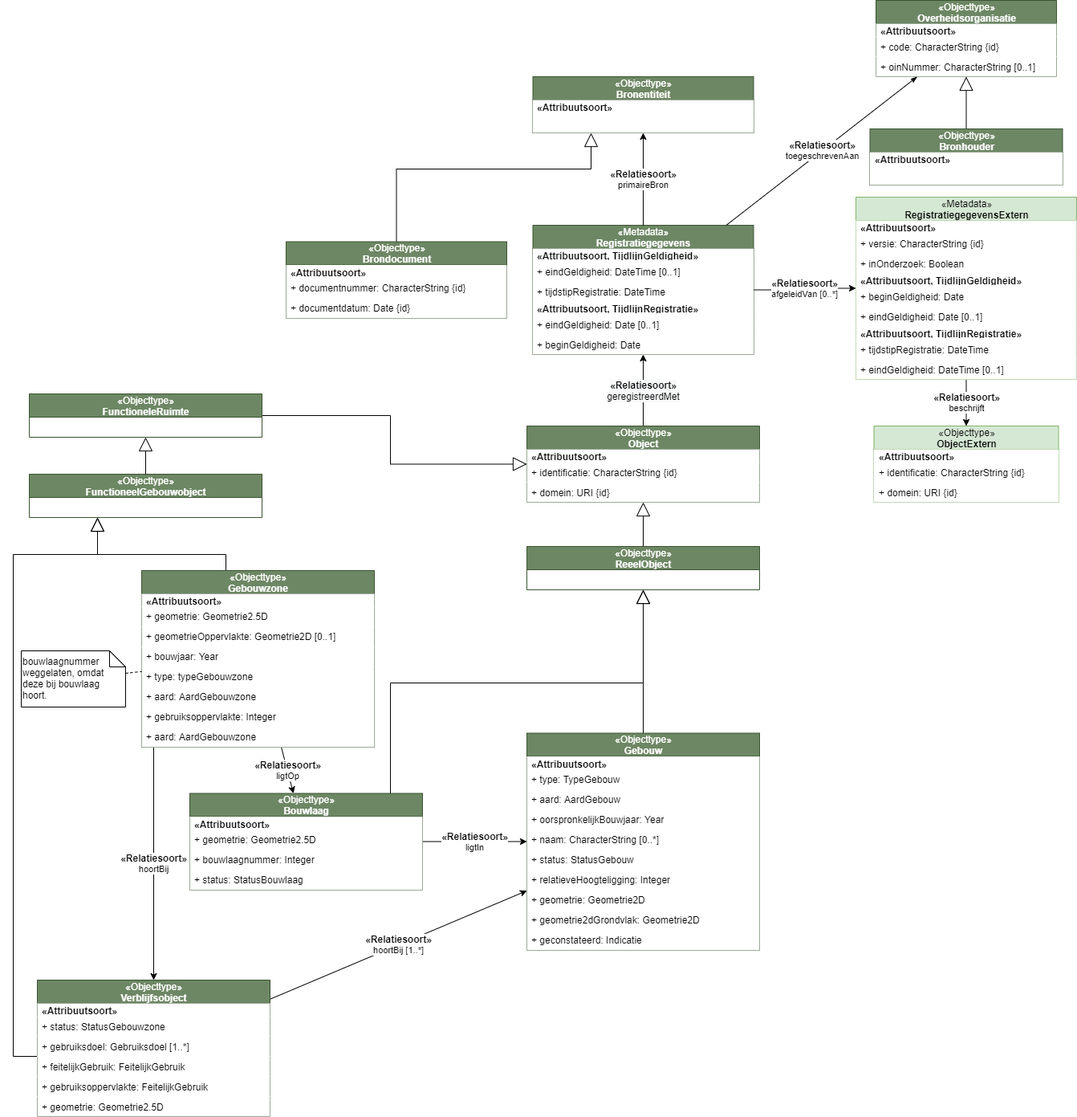
Earlier version of the draw.io export media/imsor-gebouw.drawio.png (Geonovum/disgeo-demo-3a). Source tidied: cells renumbered, new cells last; positions are measured from the earlier drawing's top-left corner, leaving out a move shared by most shapes.
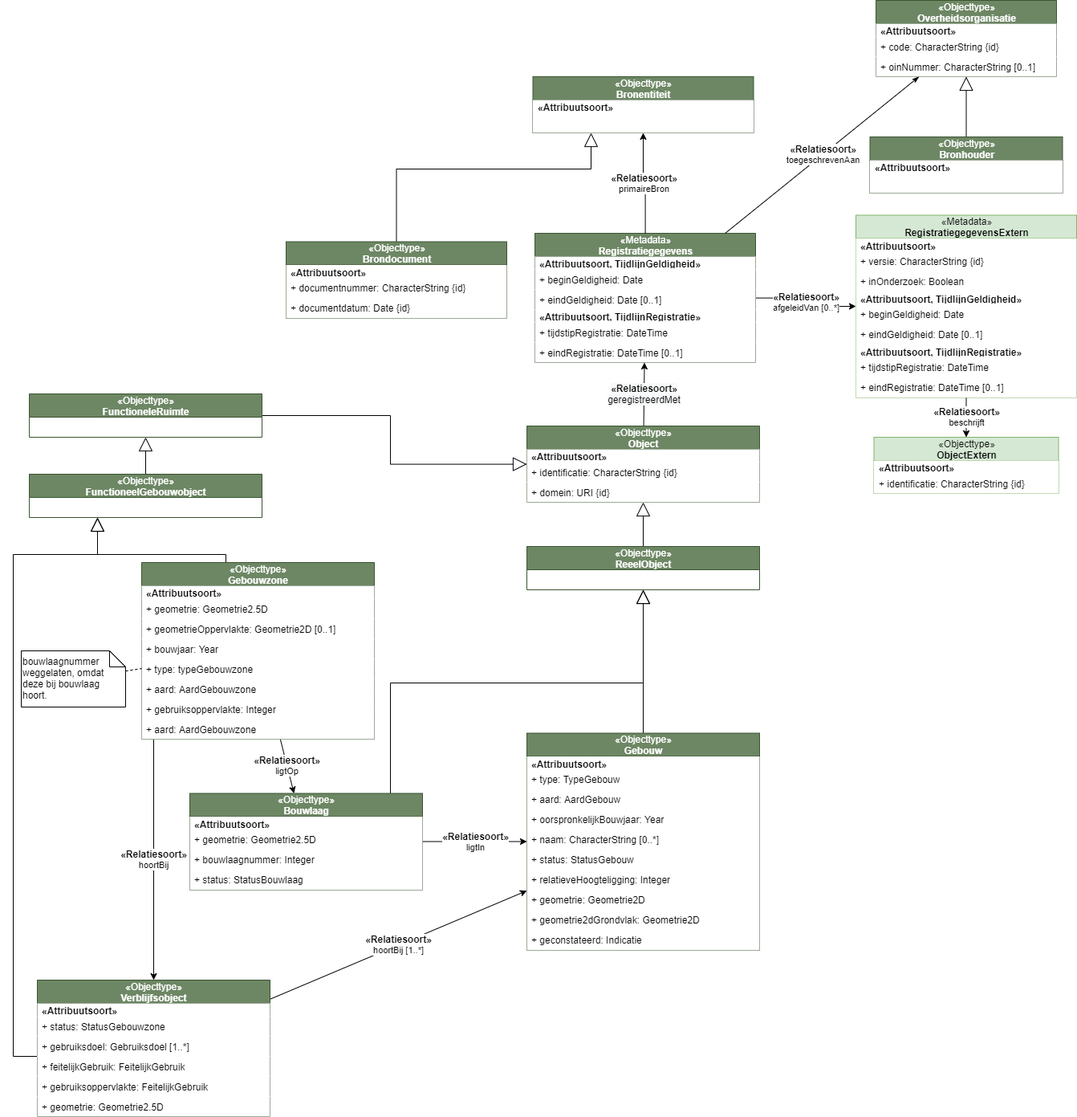
The same diagram one commit later.

Diff of the diagram source:
```diff
@@ -8,9 +8,9 @@
     <mxCell id="3" value="&lt;span style=&quot;font-weight: 400&quot;&gt;«Objecttype»&lt;/span&gt;&lt;br style=&quot;font-weight: 400&quot;&gt;Object" style="swimlane;fontStyle=1;align=center;verticalAlign=middle;horizontal=1;startSize=29;html=1;fillColor=#6d8764;strokeColor=#3A5431;fontColor=#ffffff;" parent="1" vertex="1">
       <mxGeometry x="640" y="703" width="290" height="95" as="geometry" />
     </mxCell>
-    <mxCell id="4" value="&lt;span style=&quot;text-align: center&quot;&gt;&lt;b&gt;«Attribuutsoort»&lt;/b&gt;&lt;/span&gt;" style="text;html=1;align=left;verticalAlign=middle;spacingLeft=4;spacingRight=4;overflow=hidden;fillColor=#ffffff;" parent="3" vertex="1">
-      <mxGeometry y="29" width="290" height="16" as="geometry" />
-    </mxCell>
+    <mxCell id="96" value="&lt;span style=&quot;text-align: center&quot;&gt;&lt;b&gt;«Attribuutsoort»&lt;/b&gt;&lt;/span&gt;" style="text;html=1;align=left;verticalAlign=middle;spacingLeft=4;spacingRight=4;overflow=hidden;fillColor=#ffffff;" parent="3" vertex="1">
+      <mxGeometry y="29" width="290" height="16" as="geometry" />
+    </mxCell>
     <mxCell id="5" value="+ identificatie: CharacterString {id}" style="text;html=1;align=left;verticalAlign=middle;spacingLeft=4;spacingRight=4;overflow=hidden;fillColor=#ffffff;" parent="3" vertex="1">
       <mxGeometry y="45" width="290" height="25" as="geometry" />
     </mxCell>
@@ -21,35 +21,35 @@
       <mxGeometry relative="1" as="geometry" />
     </mxCell>
     <mxCell id="8" value="&lt;span style=&quot;font-weight: 400&quot;&gt;«Metadata»&lt;/span&gt;&lt;br style=&quot;font-weight: 400&quot;&gt;Registratiegegevens" style="swimlane;fontStyle=1;align=center;verticalAlign=middle;horizontal=1;startSize=29;html=1;fillColor=#6d8764;strokeColor=#3A5431;fontColor=#ffffff;" parent="1" vertex="1">
-      <mxGeometry x="647.5" y="453" width="275" height="161" as="geometry" />
+      <mxGeometry x="650" y="463" width="275" height="161" as="geometry" />
     </mxCell>
     <mxCell id="9" value="&lt;span style=&quot;text-align: center&quot;&gt;&lt;b&gt;«Attribuutsoort, TijdlijnGeldigheid»&lt;/b&gt;&lt;/span&gt;" style="text;html=1;align=left;verticalAlign=middle;spacingLeft=4;spacingRight=4;overflow=hidden;fillColor=#ffffff;" parent="8" vertex="1">
       <mxGeometry y="29" width="275" height="16" as="geometry" />
     </mxCell>
-    <mxCell id="10" value="+ eindGeldigheid: DateTime [0..1]" style="text;html=1;align=left;verticalAlign=middle;spacingLeft=4;spacingRight=4;overflow=hidden;fillColor=#ffffff;" parent="8" vertex="1">
-      <mxGeometry y="45" width="275" height="25" as="geometry" />
-    </mxCell>
+    <mxCell id="14" value="+ beginGeldigheid: Date" style="text;html=1;align=left;verticalAlign=middle;spacingLeft=4;spacingRight=4;overflow=hidden;fillColor=#ffffff;" parent="8" vertex="1">
+      <mxGeometry y="45" width="275" height="25" as="geometry" />
+    </mxCell>
+    <mxCell id="13" value="+ eindGeldigheid: Date [0..1]" style="text;html=1;align=left;verticalAlign=middle;spacingLeft=4;spacingRight=4;overflow=hidden;fillColor=#ffffff;" parent="8" vertex="1">
+      <mxGeometry y="70" width="275" height="25" as="geometry" />
+    </mxCell>
+    <mxCell id="12" value="&lt;span style=&quot;text-align: center&quot;&gt;&lt;b&gt;«Attribuutsoort, TijdlijnRegistratie»&lt;/b&gt;&lt;/span&gt;" style="text;html=1;align=left;verticalAlign=middle;spacingLeft=4;spacingRight=4;overflow=hidden;fillColor=#ffffff;" parent="8" vertex="1">
+      <mxGeometry y="95" width="275" height="16" as="geometry" />
+    </mxCell>
     <mxCell id="11" value="+ tijdstipRegistratie: DateTime" style="text;html=1;align=left;verticalAlign=middle;spacingLeft=4;spacingRight=4;overflow=hidden;fillColor=#ffffff;" parent="8" vertex="1">
-      <mxGeometry y="70" width="275" height="25" as="geometry" />
+      <mxGeometry y="111" width="275" height="25" as="geometry" />
     </mxCell>
-    <mxCell id="12" value="&lt;span style=&quot;text-align: center&quot;&gt;&lt;b&gt;«Attribuutsoort, TijdlijnRegistratie»&lt;/b&gt;&lt;/span&gt;" style="text;html=1;align=left;verticalAlign=middle;spacingLeft=4;spacingRight=4;overflow=hidden;fillColor=#ffffff;" parent="8" vertex="1">
-      <mxGeometry y="95" width="275" height="16" as="geometry" />
-    </mxCell>
-    <mxCell id="13" value="+ eindGeldigheid: Date [0..1]" style="text;html=1;align=left;verticalAlign=middle;spacingLeft=4;spacingRight=4;overflow=hidden;fillColor=#ffffff;" parent="8" vertex="1">
-      <mxGeometry y="111" width="275" height="25" as="geometry" />
-    </mxCell>
-    <mxCell id="14" value="+ beginGeldigheid: Date" style="text;html=1;align=left;verticalAlign=middle;spacingLeft=4;spacingRight=4;overflow=hidden;fillColor=#ffffff;" parent="8" vertex="1">
-      <mxGeometry y="136" width="275" height="25" as="geometry" />
-    </mxCell>
+    <mxCell id="97" value="+ eindRegistratie: DateTime [0..1]" style="text;html=1;align=left;verticalAlign=middle;spacingLeft=4;spacingRight=4;overflow=hidden;fillColor=#ffffff;" parent="8" vertex="1">
+      <mxGeometry y="136" width="275" height="25" as="geometry" />
+    </mxCell>
     <mxCell id="15" value="&lt;b style=&quot;font-size: 12px&quot;&gt;«Relatiesoort»&lt;br&gt;&lt;/b&gt;beschrijft" style="edgeStyle=orthogonalEdgeStyle;rounded=0;jettySize=auto;html=1;" parent="1" edge="1" source="16" target="26">
       <mxGeometry relative="1" as="geometry" />
     </mxCell>
     <mxCell id="16" value="&lt;span style=&quot;font-weight: 400&quot;&gt;«Metadata»&lt;/span&gt;&lt;br style=&quot;font-weight: 400&quot;&gt;RegistratiegegevensExtern" style="swimlane;fontStyle=1;align=center;verticalAlign=middle;horizontal=1;startSize=29;html=1;fillColor=#d5e8d4;strokeColor=#82b366;" parent="1" vertex="1">
-      <mxGeometry x="1050" y="418" width="275" height="227" as="geometry" />
+      <mxGeometry x="1050" y="440.5" width="275" height="227" as="geometry" />
     </mxCell>
-    <mxCell id="17" value="&lt;span style=&quot;text-align: center&quot;&gt;&lt;b&gt;«Attribuutsoort»&lt;/b&gt;&lt;/span&gt;" style="text;html=1;align=left;verticalAlign=middle;spacingLeft=4;spacingRight=4;overflow=hidden;fillColor=#ffffff;" parent="16" vertex="1">
-      <mxGeometry y="29" width="275" height="16" as="geometry" />
-    </mxCell>
+    <mxCell id="98" value="&lt;span style=&quot;text-align: center&quot;&gt;&lt;b&gt;«Attribuutsoort»&lt;/b&gt;&lt;/span&gt;" style="text;html=1;align=left;verticalAlign=middle;spacingLeft=4;spacingRight=4;overflow=hidden;fillColor=#ffffff;" parent="16" vertex="1">
+      <mxGeometry y="29" width="275" height="16" as="geometry" />
+    </mxCell>
     <mxCell id="18" value="+ versie: CharacterString {id}" style="text;html=1;align=left;verticalAlign=middle;spacingLeft=4;spacingRight=4;overflow=hidden;fillColor=#ffffff;" parent="16" vertex="1">
       <mxGeometry y="45" width="275" height="25" as="geometry" />
     </mxCell>
@@ -71,11 +71,11 @@
     <mxCell id="24" value="+ tijdstipRegistratie: DateTime" style="text;html=1;align=left;verticalAlign=middle;spacingLeft=4;spacingRight=4;overflow=hidden;fillColor=#ffffff;" parent="16" vertex="1">
       <mxGeometry y="177" width="275" height="25" as="geometry" />
     </mxCell>
-    <mxCell id="25" value="+ eindGeldigheid: DateTime [0..1]" style="text;html=1;align=left;verticalAlign=middle;spacingLeft=4;spacingRight=4;overflow=hidden;fillColor=#ffffff;" parent="16" vertex="1">
-      <mxGeometry y="202" width="275" height="25" as="geometry" />
-    </mxCell>
+    <mxCell id="99" value="+ eindRegistratie: DateTime [0..1]" style="text;html=1;align=left;verticalAlign=middle;spacingLeft=4;spacingRight=4;overflow=hidden;fillColor=#ffffff;" parent="16" vertex="1">
+      <mxGeometry y="202" width="275" height="25" as="geometry" />
+    </mxCell>
     <mxCell id="26" value="&lt;span style=&quot;font-weight: 400&quot;&gt;«Objecttype»&lt;/span&gt;&lt;br style=&quot;font-weight: 400&quot;&gt;ObjectExtern" style="swimlane;fontStyle=1;align=center;verticalAlign=middle;horizontal=1;startSize=29;html=1;fillColor=#d5e8d4;strokeColor=#82b366;" parent="1" vertex="1">
-      <mxGeometry x="1072.5" y="703" width="230" height="95" as="geometry" />
+      <mxGeometry x="1072.5" y="717" width="230" height="70" as="geometry" />
     </mxCell>
     <mxCell id="27" value="&lt;span style=&quot;text-align: center&quot;&gt;&lt;b&gt;«Attribuutsoort»&lt;/b&gt;&lt;/span&gt;" style="text;html=1;align=left;verticalAlign=middle;spacingLeft=4;spacingRight=4;overflow=hidden;fillColor=#ffffff;" parent="26" vertex="1">
       <mxGeometry y="29" width="230" height="16" as="geometry" />
@@ -83,18 +83,15 @@
     <mxCell id="28" value="+ identificatie: CharacterString {id}" style="text;html=1;align=left;verticalAlign=middle;spacingLeft=4;spacingRight=4;overflow=hidden;fillColor=#ffffff;" parent="26" vertex="1">
       <mxGeometry y="45" width="230" height="25" as="geometry" />
     </mxCell>
-    <mxCell id="29" value="+ domein: URI {id}" style="text;html=1;align=left;verticalAlign=middle;spacingLeft=4;spacingRight=4;overflow=hidden;fillColor=#ffffff;" parent="26" vertex="1">
-      <mxGeometry y="70" width="230" height="25" as="geometry" />
-    </mxCell>
     <mxCell id="30" style="rounded=0;jettySize=auto;html=1;endArrow=block;endFill=0;endSize=15;" parent="1" edge="1" source="31" target="92">
       <mxGeometry relative="1" as="geometry" />
     </mxCell>
     <mxCell id="31" value="&lt;span style=&quot;font-weight: 400&quot;&gt;«Objecttype»&lt;/span&gt;&lt;br style=&quot;font-weight: 400&quot;&gt;Gebouw" style="swimlane;fontStyle=1;align=center;verticalAlign=middle;horizontal=1;startSize=29;html=1;fillColor=#6d8764;strokeColor=#3A5431;fontColor=#ffffff;" parent="1" vertex="1">
       <mxGeometry x="640" y="1085.5" width="290" height="270" as="geometry" />
     </mxCell>
-    <mxCell id="32" value="&lt;span style=&quot;text-align: center&quot;&gt;&lt;b&gt;«Attribuutsoort»&lt;/b&gt;&lt;/span&gt;" style="text;html=1;align=left;verticalAlign=middle;spacingLeft=4;spacingRight=4;overflow=hidden;fillColor=#ffffff;" parent="31" vertex="1">
-      <mxGeometry y="29" width="290" height="16" as="geometry" />
-    </mxCell>
+    <mxCell id="100" value="&lt;span style=&quot;text-align: center&quot;&gt;&lt;b&gt;«Attribuutsoort»&lt;/b&gt;&lt;/span&gt;" style="text;html=1;align=left;verticalAlign=middle;spacingLeft=4;spacingRight=4;overflow=hidden;fillColor=#ffffff;" parent="31" vertex="1">
+      <mxGeometry y="29" width="290" height="16" as="geometry" />
+    </mxCell>
     <mxCell id="33" value="+ type: TypeGebouw" style="text;html=1;align=left;verticalAlign=middle;spacingLeft=4;spacingRight=4;overflow=hidden;fillColor=#ffffff;" parent="31" vertex="1">
       <mxGeometry y="45" width="290" height="25" as="geometry" />
     </mxCell>
@@ -128,9 +125,9 @@
     <mxCell id="43" value="&lt;span style=&quot;font-weight: 400&quot;&gt;«Objecttype»&lt;/span&gt;&lt;br style=&quot;font-weight: 400&quot;&gt;Bronentiteit" style="swimlane;fontStyle=1;align=center;verticalAlign=middle;horizontal=1;startSize=29;html=1;fillColor=#6d8764;strokeColor=#3A5431;fontColor=#ffffff;" parent="1" vertex="1">
       <mxGeometry x="647.5" y="268" width="275" height="70" as="geometry" />
     </mxCell>
-    <mxCell id="44" value="&lt;span style=&quot;text-align: center&quot;&gt;&lt;b&gt;«Attribuutsoort»&lt;/b&gt;&lt;/span&gt;" style="text;html=1;align=left;verticalAlign=middle;spacingLeft=4;spacingRight=4;overflow=hidden;fillColor=#ffffff;" parent="43" vertex="1">
-      <mxGeometry y="29" width="275" height="16" as="geometry" />
-    </mxCell>
+    <mxCell id="101" value="&lt;span style=&quot;text-align: center&quot;&gt;&lt;b&gt;«Attribuutsoort»&lt;/b&gt;&lt;/span&gt;" style="text;html=1;align=left;verticalAlign=middle;spacingLeft=4;spacingRight=4;overflow=hidden;fillColor=#ffffff;" parent="43" vertex="1">
+      <mxGeometry y="29" width="275" height="16" as="geometry" />
+    </mxCell>
     <mxCell id="45" style="text;html=1;align=left;verticalAlign=middle;spacingLeft=4;spacingRight=4;overflow=hidden;fillColor=#ffffff;" parent="43" vertex="1">
       <mxGeometry y="45" width="275" height="25" as="geometry" />
     </mxCell>
@@ -138,7 +135,7 @@
       <mxGeometry relative="1" as="geometry" />
     </mxCell>
     <mxCell id="47" value="&lt;span style=&quot;font-weight: 400&quot;&gt;«Objecttype»&lt;/span&gt;&lt;br style=&quot;font-weight: 400&quot;&gt;Bronhouder" style="swimlane;fontStyle=1;align=center;verticalAlign=middle;horizontal=1;startSize=29;html=1;fillColor=#6d8764;strokeColor=#3A5431;fontColor=#ffffff;" parent="1" vertex="1">
-      <mxGeometry x="1067.5" y="333" width="240" height="70" as="geometry" />
+      <mxGeometry x="1067.5" y="343" width="240" height="70" as="geometry" />
     </mxCell>
     <mxCell id="48" value="&lt;span style=&quot;text-align: center&quot;&gt;&lt;b&gt;«Attribuutsoort»&lt;/b&gt;&lt;/span&gt;" style="text;html=1;align=left;verticalAlign=middle;spacingLeft=4;spacingRight=4;overflow=hidden;fillColor=#ffffff;" parent="47" vertex="1">
       <mxGeometry y="29" width="240" height="16" as="geometry" />
@@ -170,9 +167,9 @@
     <mxCell id="55" value="&lt;span style=&quot;font-weight: 400&quot;&gt;«Objecttype»&lt;/span&gt;&lt;br style=&quot;font-weight: 400&quot;&gt;Brondocument" style="swimlane;fontStyle=1;align=center;verticalAlign=middle;horizontal=1;startSize=29;html=1;fillColor=#6d8764;strokeColor=#3A5431;fontColor=#ffffff;" parent="1" vertex="1">
       <mxGeometry x="340" y="473.5" width="275" height="95" as="geometry" />
     </mxCell>
-    <mxCell id="56" value="&lt;span style=&quot;text-align: center&quot;&gt;&lt;b&gt;«Attribuutsoort»&lt;/b&gt;&lt;/span&gt;" style="text;html=1;align=left;verticalAlign=middle;spacingLeft=4;spacingRight=4;overflow=hidden;fillColor=#ffffff;" parent="55" vertex="1">
-      <mxGeometry y="29" width="275" height="16" as="geometry" />
-    </mxCell>
+    <mxCell id="102" value="&lt;span style=&quot;text-align: center&quot;&gt;&lt;b&gt;«Attribuutsoort»&lt;/b&gt;&lt;/span&gt;" style="text;html=1;align=left;verticalAlign=middle;spacingLeft=4;spacingRight=4;overflow=hidden;fillColor=#ffffff;" parent="55" vertex="1">
+      <mxGeometry y="29" width="275" height="16" as="geometry" />
+    </mxCell>
     <mxCell id="57" value="+ documentnummer: CharacterString {id}" style="text;html=1;align=left;verticalAlign=middle;spacingLeft=4;spacingRight=4;overflow=hidden;fillColor=#ffffff;" parent="55" vertex="1">
       <mxGeometry y="45" width="275" height="25" as="geometry" />
     </mxCell>
@@ -196,12 +193,12 @@
     <mxCell id="62" value="&lt;span style=&quot;font-weight: 400&quot;&gt;«Objecttype»&lt;/span&gt;&lt;br style=&quot;font-weight: 400&quot;&gt;Bouwlaag" style="swimlane;fontStyle=1;align=center;verticalAlign=middle;horizontal=1;startSize=29;html=1;fillColor=#6d8764;strokeColor=#3A5431;fontColor=#ffffff;" parent="1" vertex="1">
       <mxGeometry x="220" y="1160.5" width="290" height="120" as="geometry" />
     </mxCell>
-    <mxCell id="63" value="&lt;span style=&quot;text-align: center&quot;&gt;&lt;b&gt;«Attribuutsoort»&lt;/b&gt;&lt;/span&gt;" style="text;html=1;align=left;verticalAlign=middle;spacingLeft=4;spacingRight=4;overflow=hidden;fillColor=#ffffff;" parent="62" vertex="1">
-      <mxGeometry y="29" width="290" height="16" as="geometry" />
-    </mxCell>
-    <mxCell id="64" value="+ geometrie: Geometrie2.5D" style="text;html=1;align=left;verticalAlign=middle;spacingLeft=4;spacingRight=4;overflow=hidden;fillColor=#ffffff;" parent="62" vertex="1">
-      <mxGeometry y="45" width="290" height="25" as="geometry" />
-    </mxCell>
+    <mxCell id="103" value="&lt;span style=&quot;text-align: center&quot;&gt;&lt;b&gt;«Attribuutsoort»&lt;/b&gt;&lt;/span&gt;" style="text;html=1;align=left;verticalAlign=middle;spacingLeft=4;spacingRight=4;overflow=hidden;fillColor=#ffffff;" parent="62" vertex="1">
+      <mxGeometry y="29" width="290" height="16" as="geometry" />
+    </mxCell>
+    <mxCell id="104" value="+ geometrie: Geometrie2.5D" style="text;html=1;align=left;verticalAlign=middle;spacingLeft=4;spacingRight=4;overflow=hidden;fillColor=#ffffff;" parent="62" vertex="1">
+      <mxGeometry y="45" width="290" height="25" as="geometry" />
+    </mxCell>
     <mxCell id="65" value="+ bouwlaagnummer: Integer" style="text;html=1;align=left;verticalAlign=middle;spacingLeft=4;spacingRight=4;overflow=hidden;fillColor=#ffffff;" parent="62" vertex="1">
       <mxGeometry y="70" width="290" height="25" as="geometry" />
     </mxCell>
@@ -230,14 +227,14 @@
       </mxGeometry>
     </mxCell>
     <mxCell id="71" value="&lt;span style=&quot;font-weight: 400&quot;&gt;«Objecttype»&lt;/span&gt;&lt;br style=&quot;font-weight: 400&quot;&gt;Gebouwzone" style="swimlane;fontStyle=1;align=center;verticalAlign=middle;horizontal=1;startSize=29;html=1;fillColor=#6d8764;strokeColor=#3A5431;fontColor=#ffffff;" parent="1" vertex="1">
-      <mxGeometry x="160" y="883" width="290" height="220" as="geometry" />
+      <mxGeometry x="160" y="873" width="290" height="220" as="geometry" />
     </mxCell>
-    <mxCell id="72" value="&lt;span style=&quot;text-align: center&quot;&gt;&lt;b&gt;«Attribuutsoort»&lt;/b&gt;&lt;/span&gt;" style="text;html=1;align=left;verticalAlign=middle;spacingLeft=4;spacingRight=4;overflow=hidden;fillColor=#ffffff;" parent="71" vertex="1">
-      <mxGeometry y="29" width="290" height="16" as="geometry" />
-    </mxCell>
-    <mxCell id="73" value="+ geometrie: Geometrie2.5D" style="text;html=1;align=left;verticalAlign=middle;spacingLeft=4;spacingRight=4;overflow=hidden;fillColor=#ffffff;" parent="71" vertex="1">
-      <mxGeometry y="45" width="290" height="25" as="geometry" />
-    </mxCell>
+    <mxCell id="105" value="&lt;span style=&quot;text-align: center&quot;&gt;&lt;b&gt;«Attribuutsoort»&lt;/b&gt;&lt;/span&gt;" style="text;html=1;align=left;verticalAlign=middle;spacingLeft=4;spacingRight=4;overflow=hidden;fillColor=#ffffff;" parent="71" vertex="1">
+      <mxGeometry y="29" width="290" height="16" as="geometry" />
+    </mxCell>
+    <mxCell id="106" value="+ geometrie: Geometrie2.5D" style="text;html=1;align=left;verticalAlign=middle;spacingLeft=4;spacingRight=4;overflow=hidden;fillColor=#ffffff;" parent="71" vertex="1">
+      <mxGeometry y="45" width="290" height="25" as="geometry" />
+    </mxCell>
     <mxCell id="74" value="+ geometrieOppervlakte: Geometrie2D [0..1]" style="text;html=1;align=left;verticalAlign=middle;spacingLeft=4;spacingRight=4;overflow=hidden;fillColor=#ffffff;" parent="71" vertex="1">
       <mxGeometry y="70" width="290" height="25" as="geometry" />
     </mxCell>
@@ -271,9 +268,9 @@
     <mxCell id="82" value="&lt;span style=&quot;font-weight: 400&quot;&gt;«Objecttype»&lt;/span&gt;&lt;br style=&quot;font-weight: 400&quot;&gt;Verblijfsobject" style="swimlane;fontStyle=1;align=center;verticalAlign=middle;horizontal=1;startSize=29;html=1;fillColor=#6d8764;strokeColor=#3A5431;fontColor=#ffffff;" parent="1" vertex="1">
       <mxGeometry x="30" y="1393" width="290" height="170" as="geometry" />
     </mxCell>
-    <mxCell id="83" value="&lt;span style=&quot;text-align: center&quot;&gt;&lt;b&gt;«Attribuutsoort»&lt;/b&gt;&lt;/span&gt;" style="text;html=1;align=left;verticalAlign=middle;spacingLeft=4;spacingRight=4;overflow=hidden;fillColor=#ffffff;" parent="82" vertex="1">
-      <mxGeometry y="29" width="290" height="16" as="geometry" />
-    </mxCell>
+    <mxCell id="107" value="&lt;span style=&quot;text-align: center&quot;&gt;&lt;b&gt;«Attribuutsoort»&lt;/b&gt;&lt;/span&gt;" style="text;html=1;align=left;verticalAlign=middle;spacingLeft=4;spacingRight=4;overflow=hidden;fillColor=#ffffff;" parent="82" vertex="1">
+      <mxGeometry y="29" width="290" height="16" as="geometry" />
+    </mxCell>
     <mxCell id="84" value="+ status: StatusGebouwzone" style="text;html=1;align=left;verticalAlign=middle;spacingLeft=4;spacingRight=4;overflow=hidden;fillColor=#ffffff;" parent="82" vertex="1">
       <mxGeometry y="45" width="290" height="25" as="geometry" />
     </mxCell>
```
